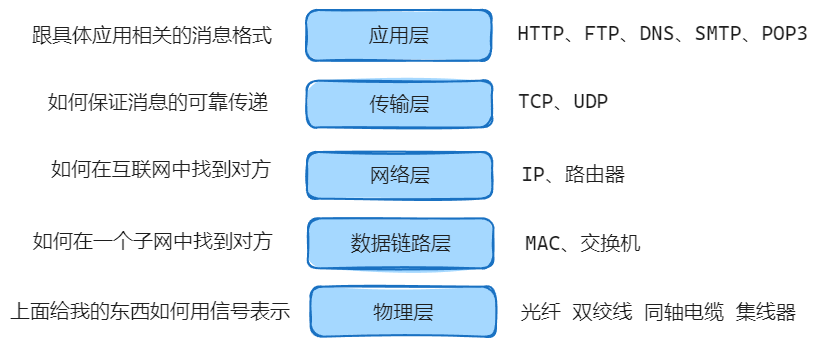
The Excalidraw diagram docs/Interview/Network/assets/model5.excalidraw.png in WkndNite/blog, before a commit. Source tidied: one line per element, renumbered; positions are measured from the earlier drawing's top-left corner, leaving out a move shared by most shapes. The source it was exported from:
```json
{"id": 0, "type": "rectangle", "strokeColor": "#1971c2", "backgroundColor": "#a5d8ff", "fillStyle": "solid", "strokeWidth": 2, "roughness": 1, "round": true, "x": 296, "y": 0, "width": 185, "height": 51}
{"id": 1, "type": "text", "text": "应用层", "strokeColor": "#1e1e1e", "backgroundColor": "#a5d8ff", "fillStyle": "solid", "strokeWidth": 2, "roughness": 1, "fontSize": 20, "fontFamily": 3, "textAlign": "center", "verticalAlign": "middle", "inside": 0, "x": 359, "y": 13, "width": 60, "height": 24}
{"id": 2, "type": "rectangle", "strokeColor": "#1971c2", "backgroundColor": "#a5d8ff", "fillStyle": "solid", "strokeWidth": 2, "roughness": 1, "round": true, "x": 297, "y": 71, "width": 185, "height": 47}
{"id": 3, "type": "text", "text": "传输层", "strokeColor": "#1e1e1e", "backgroundColor": "#a5d8ff", "fillStyle": "solid", "strokeWidth": 2, "roughness": 1, "fontSize": 20, "fontFamily": 3, "textAlign": "center", "verticalAlign": "middle", "inside": 2, "x": 359, "y": 82, "width": 60, "height": 24}
{"id": 4, "type": "rectangle", "strokeColor": "#1971c2", "backgroundColor": "#a5d8ff", "fillStyle": "solid", "strokeWidth": 2, "roughness": 1, "round": true, "x": 297, "y": 142, "width": 185, "height": 47}
{"id": 5, "type": "text", "text": "网络层", "strokeColor": "#1e1e1e", "backgroundColor": "#a5d8ff", "fillStyle": "solid", "strokeWidth": 2, "roughness": 1, "fontSize": 20, "fontFamily": 3, "textAlign": "center", "verticalAlign": "middle", "inside": 4, "x": 360, "y": 153, "width": 60, "height": 24}
{"id": 6, "type": "rectangle", "strokeColor": "#1971c2", "backgroundColor": "#a5d8ff", "fillStyle": "solid", "strokeWidth": 2, "roughness": 1, "round": true, "x": 298, "y": 208, "width": 185, "height": 50}
{"id": 7, "type": "text", "text": "数据链路层", "strokeColor": "#1e1e1e", "backgroundColor": "#a5d8ff", "fillStyle": "solid", "strokeWidth": 2, "roughness": 1, "fontSize": 20, "fontFamily": 3, "textAlign": "center", "verticalAlign": "middle", "inside": 6, "x": 341, "y": 221, "width": 100, "height": 24}
{"id": 8, "type": "rectangle", "strokeColor": "#1971c2", "backgroundColor": "#a5d8ff", "fillStyle": "solid", "strokeWidth": 2, "roughness": 1, "round": true, "x": 301, "y": 277, "width": 185, "height": 50}
{"id": 9, "type": "text", "text": "物理层", "strokeColor": "#1e1e1e", "backgroundColor": "#a5d8ff", "fillStyle": "solid", "strokeWidth": 2, "roughness": 1, "fontSize": 20, "fontFamily": 3, "textAlign": "center", "verticalAlign": "middle", "inside": 8, "x": 363, "y": 290, "width": 60, "height": 24}
{"id": 10, "type": "text", "text": "跟具体应用相关的消息格式", "strokeColor": "#1e1e1e", "backgroundColor": "#a5d8ff", "fillStyle": "solid", "strokeWidth": 2, "roughness": 1, "fontSize": 20, "fontFamily": 3, "x": 22, "y": 13, "width": 240, "height": 24}
{"id": 11, "type": "text", "text": "HTTP、FTP、DNS、SMTP、POP3", "strokeColor": "#1e1e1e", "backgroundColor": "#a5d8ff", "fillStyle": "solid", "strokeWidth": 2, "roughness": 1, "fontSize": 20, "fontFamily": 3, "x": 507, "y": 11, "width": 291, "height": 24}
{"id": 12, "type": "text", "text": "如何保证消息的可靠传递", "strokeColor": "#1e1e1e", "backgroundColor": "#a5d8ff", "fillStyle": "solid", "strokeWidth": 2, "roughness": 1, "fontSize": 20, "fontFamily": 3, "x": 38, "y": 80, "width": 220, "height": 24}
{"id": 13, "type": "text", "text": "TCP、UDP", "strokeColor": "#1e1e1e", "backgroundColor": "#a5d8ff", "fillStyle": "solid", "strokeWidth": 2, "roughness": 1, "fontSize": 20, "fontFamily": 3, "x": 508, "y": 79, "width": 90, "height": 24}
{"id": 14, "type": "text", "text": "IP、路由器", "strokeColor": "#1e1e1e", "backgroundColor": "#a5d8ff", "fillStyle": "solid", "strokeWidth": 2, "roughness": 1, "fontSize": 20, "fontFamily": 3, "x": 511, "y": 152, "width": 103, "height": 24}
{"id": 15, "type": "text", "text": "如何在互联网中找到对方", "strokeColor": "#1e1e1e", "backgroundColor": "#a5d8ff", "fillStyle": "solid", "strokeWidth": 2, "roughness": 1, "fontSize": 20, "fontFamily": 3, "x": 41, "y": 147, "width": 220, "height": 24}
{"id": 16, "type": "text", "text": "MAC、交换机", "strokeColor": "#1e1e1e", "backgroundColor": "#a5d8ff", "fillStyle": "solid", "strokeWidth": 2, "roughness": 1, "fontSize": 20, "fontFamily": 3, "x": 515, "y": 221, "width": 115, "height": 24}
{"id": 17, "type": "text", "text": "如何在一个子网中找到对方", "strokeColor": "#1e1e1e", "backgroundColor": "#a5d8ff", "fillStyle": "solid", "strokeWidth": 2, "roughness": 1, "fontSize": 20, "fontFamily": 3, "x": 23, "y": 219, "width": 240, "height": 24}
{"id": 18, "type": "text", "text": "上面给我的东西如何用信号表示", "strokeColor": "#1e1e1e", "backgroundColor": "#a5d8ff", "fillStyle": "solid", "strokeWidth": 2, "roughness": 1, "fontSize": 20, "fontFamily": 3, "x": 0, "y": 289, "width": 280, "height": 24}
{"id": 19, "type": "text", "text": "光纤 双绞线 同轴电缆 集线器", "strokeColor": "#1e1e1e", "backgroundColor": "#a5d8ff", "fillStyle": "solid", "strokeWidth": 2, "roughness": 1, "fontSize": 20, "fontFamily": 3, "x": 511, "y": 290, "width": 275, "height": 24}
```
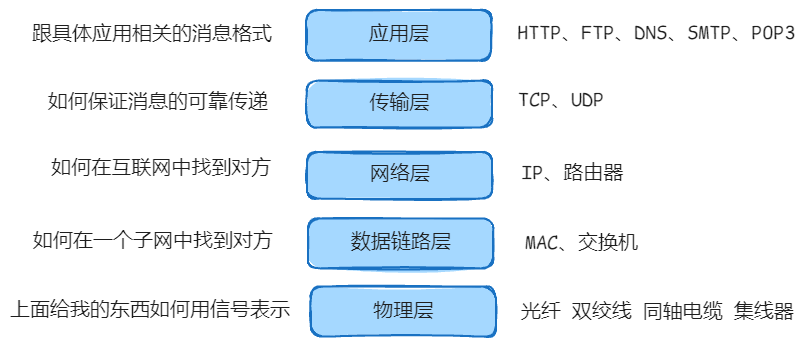
Above is the later version.

The edit, as a diff of the source:
```diff
@@ -1,20 +1,20 @@
 {"id": 0, "type": "rectangle", "strokeColor": "#1971c2", "backgroundColor": "#a5d8ff", "fillStyle": "solid", "strokeWidth": 2, "roughness": 1, "round": true, "x": 296, "y": 0, "width": 185, "height": 51}
-{"id": 1, "type": "text", "text": "应用层", "strokeColor": "#1e1e1e", "backgroundColor": "#a5d8ff", "fillStyle": "solid", "strokeWidth": 2, "roughness": 1, "fontSize": 20, "fontFamily": 3, "textAlign": "center", "verticalAlign": "middle", "inside": 0, "x": 359, "y": 13, "width": 60, "height": 24}
+{"id": 1, "type": "text", "text": "应用层", "strokeColor": "#1e1e1e", "backgroundColor": "#a5d8ff", "fillStyle": "solid", "strokeWidth": 2, "roughness": 1, "fontSize": 20, "fontFamily": 8, "textAlign": "center", "verticalAlign": "middle", "inside": 0, "x": 359, "y": 13, "width": 60, "height": 25}
 {"id": 2, "type": "rectangle", "strokeColor": "#1971c2", "backgroundColor": "#a5d8ff", "fillStyle": "solid", "strokeWidth": 2, "roughness": 1, "round": true, "x": 297, "y": 71, "width": 185, "height": 47}
-{"id": 3, "type": "text", "text": "传输层", "strokeColor": "#1e1e1e", "backgroundColor": "#a5d8ff", "fillStyle": "solid", "strokeWidth": 2, "roughness": 1, "fontSize": 20, "fontFamily": 3, "textAlign": "center", "verticalAlign": "middle", "inside": 2, "x": 359, "y": 82, "width": 60, "height": 24}
+{"id": 3, "type": "text", "text": "传输层", "strokeColor": "#1e1e1e", "backgroundColor": "#a5d8ff", "fillStyle": "solid", "strokeWidth": 2, "roughness": 1, "fontSize": 20, "fontFamily": 8, "textAlign": "center", "verticalAlign": "middle", "inside": 2, "x": 359, "y": 82, "width": 60, "height": 25}
 {"id": 4, "type": "rectangle", "strokeColor": "#1971c2", "backgroundColor": "#a5d8ff", "fillStyle": "solid", "strokeWidth": 2, "roughness": 1, "round": true, "x": 297, "y": 142, "width": 185, "height": 47}
-{"id": 5, "type": "text", "text": "网络层", "strokeColor": "#1e1e1e", "backgroundColor": "#a5d8ff", "fillStyle": "solid", "strokeWidth": 2, "roughness": 1, "fontSize": 20, "fontFamily": 3, "textAlign": "center", "verticalAlign": "middle", "inside": 4, "x": 360, "y": 153, "width": 60, "height": 24}
+{"id": 5, "type": "text", "text": "网络层", "strokeColor": "#1e1e1e", "backgroundColor": "#a5d8ff", "fillStyle": "solid", "strokeWidth": 2, "roughness": 1, "fontSize": 20, "fontFamily": 8, "textAlign": "center", "verticalAlign": "middle", "inside": 4, "x": 360, "y": 153, "width": 60, "height": 25}
 {"id": 6, "type": "rectangle", "strokeColor": "#1971c2", "backgroundColor": "#a5d8ff", "fillStyle": "solid", "strokeWidth": 2, "roughness": 1, "round": true, "x": 298, "y": 208, "width": 185, "height": 50}
-{"id": 7, "type": "text", "text": "数据链路层", "strokeColor": "#1e1e1e", "backgroundColor": "#a5d8ff", "fillStyle": "solid", "strokeWidth": 2, "roughness": 1, "fontSize": 20, "fontFamily": 3, "textAlign": "center", "verticalAlign": "middle", "inside": 6, "x": 341, "y": 221, "width": 100, "height": 24}
+{"id": 7, "type": "text", "text": "数据链路层", "strokeColor": "#1e1e1e", "backgroundColor": "#a5d8ff", "fillStyle": "solid", "strokeWidth": 2, "roughness": 1, "fontSize": 20, "fontFamily": 8, "textAlign": "center", "verticalAlign": "middle", "inside": 6, "x": 341, "y": 221, "width": 100, "height": 25}
 {"id": 8, "type": "rectangle", "strokeColor": "#1971c2", "backgroundColor": "#a5d8ff", "fillStyle": "solid", "strokeWidth": 2, "roughness": 1, "round": true, "x": 301, "y": 277, "width": 185, "height": 50}
-{"id": 9, "type": "text", "text": "物理层", "strokeColor": "#1e1e1e", "backgroundColor": "#a5d8ff", "fillStyle": "solid", "strokeWidth": 2, "roughness": 1, "fontSize": 20, "fontFamily": 3, "textAlign": "center", "verticalAlign": "middle", "inside": 8, "x": 363, "y": 290, "width": 60, "height": 24}
+{"id": 9, "type": "text", "text": "物理层", "strokeColor": "#1e1e1e", "backgroundColor": "#a5d8ff", "fillStyle": "solid", "strokeWidth": 2, "roughness": 1, "fontSize": 20, "fontFamily": 8, "textAlign": "center", "verticalAlign": "middle", "inside": 8, "x": 363, "y": 289, "width": 60, "height": 25}
-{"id": 10, "type": "text", "text": "跟具体应用相关的消息格式", "strokeColor": "#1e1e1e", "backgroundColor": "#a5d8ff", "fillStyle": "solid", "strokeWidth": 2, "roughness": 1, "fontSize": 20, "fontFamily": 3, "x": 22, "y": 13, "width": 240, "height": 24}
+{"id": 10, "type": "text", "text": "跟具体应用相关的消息格式", "strokeColor": "#1e1e1e", "backgroundColor": "#a5d8ff", "fillStyle": "solid", "strokeWidth": 2, "roughness": 1, "fontSize": 20, "fontFamily": 8, "x": 22, "y": 13, "width": 240, "height": 25}
-{"id": 11, "type": "text", "text": "HTTP、FTP、DNS、SMTP、POP3", "strokeColor": "#1e1e1e", "backgroundColor": "#a5d8ff", "fillStyle": "solid", "strokeWidth": 2, "roughness": 1, "fontSize": 20, "fontFamily": 3, "x": 507, "y": 11, "width": 291, "height": 24}
+{"id": 11, "type": "text", "text": "HTTP、FTP、DNS、SMTP、POP3", "strokeColor": "#1e1e1e", "backgroundColor": "#a5d8ff", "fillStyle": "solid", "strokeWidth": 2, "roughness": 1, "fontSize": 20, "fontFamily": 8, "x": 507, "y": 11, "width": 278, "height": 25}
-{"id": 12, "type": "text", "text": "如何保证消息的可靠传递", "strokeColor": "#1e1e1e", "backgroundColor": "#a5d8ff", "fillStyle": "solid", "strokeWidth": 2, "roughness": 1, "fontSize": 20, "fontFamily": 3, "x": 38, "y": 80, "width": 220, "height": 24}
+{"id": 12, "type": "text", "text": "如何保证消息的可靠传递", "strokeColor": "#1e1e1e", "backgroundColor": "#a5d8ff", "fillStyle": "solid", "strokeWidth": 2, "roughness": 1, "fontSize": 20, "fontFamily": 8, "x": 38, "y": 80, "width": 220, "height": 25}
-{"id": 13, "type": "text", "text": "TCP、UDP", "strokeColor": "#1e1e1e", "backgroundColor": "#a5d8ff", "fillStyle": "solid", "strokeWidth": 2, "roughness": 1, "fontSize": 20, "fontFamily": 3, "x": 508, "y": 79, "width": 90, "height": 24}
+{"id": 13, "type": "text", "text": "TCP、UDP", "strokeColor": "#1e1e1e", "backgroundColor": "#a5d8ff", "fillStyle": "solid", "strokeWidth": 2, "roughness": 1, "fontSize": 20, "fontFamily": 8, "x": 508, "y": 79, "width": 86, "height": 25}
-{"id": 14, "type": "text", "text": "IP、路由器", "strokeColor": "#1e1e1e", "backgroundColor": "#a5d8ff", "fillStyle": "solid", "strokeWidth": 2, "roughness": 1, "fontSize": 20, "fontFamily": 3, "x": 511, "y": 152, "width": 103, "height": 24}
+{"id": 14, "type": "text", "text": "IP、路由器", "strokeColor": "#1e1e1e", "backgroundColor": "#a5d8ff", "fillStyle": "solid", "strokeWidth": 2, "roughness": 1, "fontSize": 20, "fontFamily": 8, "x": 511, "y": 152, "width": 102, "height": 25}
-{"id": 15, "type": "text", "text": "如何在互联网中找到对方", "strokeColor": "#1e1e1e", "backgroundColor": "#a5d8ff", "fillStyle": "solid", "strokeWidth": 2, "roughness": 1, "fontSize": 20, "fontFamily": 3, "x": 41, "y": 147, "width": 220, "height": 24}
+{"id": 15, "type": "text", "text": "如何在互联网中找到对方", "strokeColor": "#1e1e1e", "backgroundColor": "#a5d8ff", "fillStyle": "solid", "strokeWidth": 2, "roughness": 1, "fontSize": 20, "fontFamily": 8, "x": 41, "y": 147, "width": 220, "height": 25}
-{"id": 16, "type": "text", "text": "MAC、交换机", "strokeColor": "#1e1e1e", "backgroundColor": "#a5d8ff", "fillStyle": "solid", "strokeWidth": 2, "roughness": 1, "fontSize": 20, "fontFamily": 3, "x": 515, "y": 221, "width": 115, "height": 24}
+{"id": 16, "type": "text", "text": "MAC、交换机", "strokeColor": "#1e1e1e", "backgroundColor": "#a5d8ff", "fillStyle": "solid", "strokeWidth": 2, "roughness": 1, "fontSize": 20, "fontFamily": 8, "x": 515, "y": 221, "width": 113, "height": 25}
-{"id": 17, "type": "text", "text": "如何在一个子网中找到对方", "strokeColor": "#1e1e1e", "backgroundColor": "#a5d8ff", "fillStyle": "solid", "strokeWidth": 2, "roughness": 1, "fontSize": 20, "fontFamily": 3, "x": 23, "y": 219, "width": 240, "height": 24}
+{"id": 17, "type": "text", "text": "如何在一个子网中找到对方", "strokeColor": "#1e1e1e", "backgroundColor": "#a5d8ff", "fillStyle": "solid", "strokeWidth": 2, "roughness": 1, "fontSize": 20, "fontFamily": 8, "x": 23, "y": 219, "width": 240, "height": 25}
-{"id": 18, "type": "text", "text": "上面给我的东西如何用信号表示", "strokeColor": "#1e1e1e", "backgroundColor": "#a5d8ff", "fillStyle": "solid", "strokeWidth": 2, "roughness": 1, "fontSize": 20, "fontFamily": 3, "x": 0, "y": 289, "width": 280, "height": 24}
+{"id": 18, "type": "text", "text": "上面给我的东西如何用信号表示", "strokeColor": "#1e1e1e", "backgroundColor": "#a5d8ff", "fillStyle": "solid", "strokeWidth": 2, "roughness": 1, "fontSize": 20, "fontFamily": 8, "x": 0, "y": 289, "width": 280, "height": 25}
-{"id": 19, "type": "text", "text": "光纤 双绞线 同轴电缆 集线器", "strokeColor": "#1e1e1e", "backgroundColor": "#a5d8ff", "fillStyle": "solid", "strokeWidth": 2, "roughness": 1, "fontSize": 20, "fontFamily": 3, "x": 511, "y": 290, "width": 275, "height": 24}
+{"id": 19, "type": "text", "text": "光纤 双绞线 同轴电缆 集线器", "strokeColor": "#1e1e1e", "backgroundColor": "#a5d8ff", "fillStyle": "solid", "strokeWidth": 2, "roughness": 1, "fontSize": 20, "fontFamily": 8, "x": 511, "y": 290, "width": 273, "height": 25}
```
